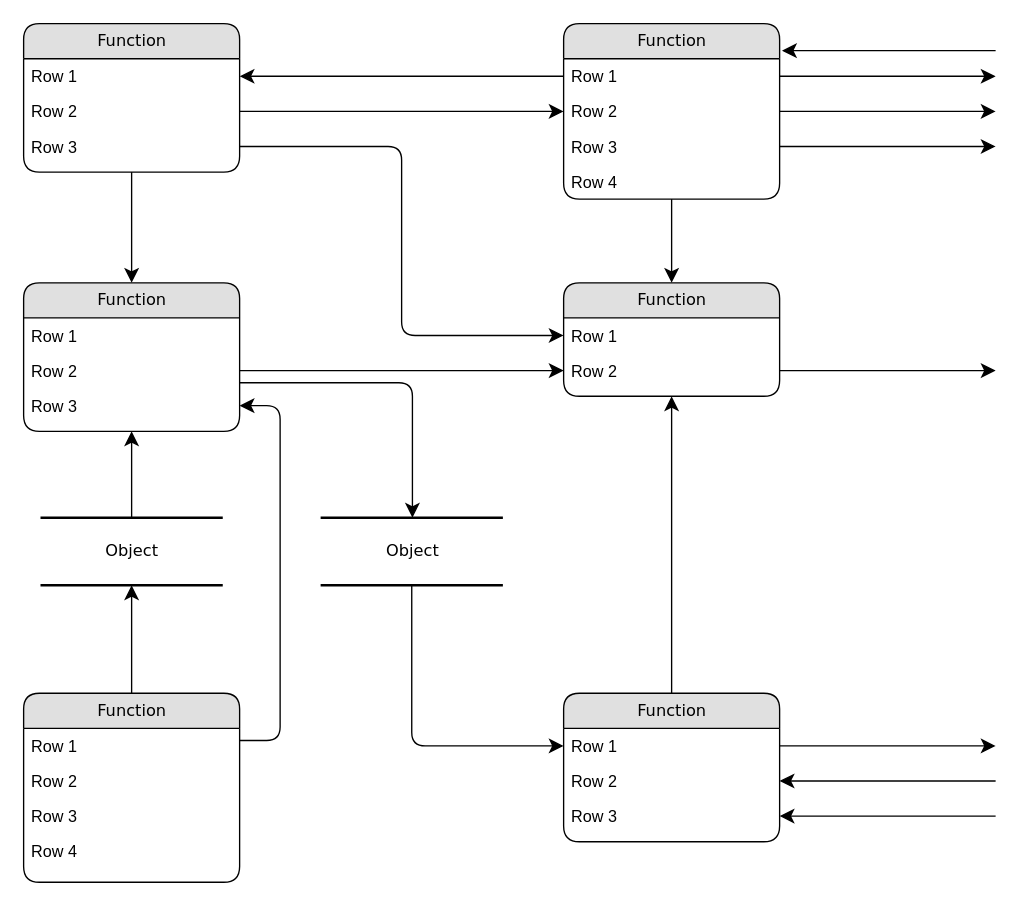
dcar2121/codewind-openapi-eclipse keeps this draw.io diagram as dev/Untitled Diagram.drawio. Above is the earlier version. Source tidied: cells renumbered, new cells numbered last; positions are measured from the earlier drawing's top-left corner, leaving out a move shared by most shapes. Both pictures are drawn from the tidied source at 135%, with x=0, y=0 at pixel (23, 23).
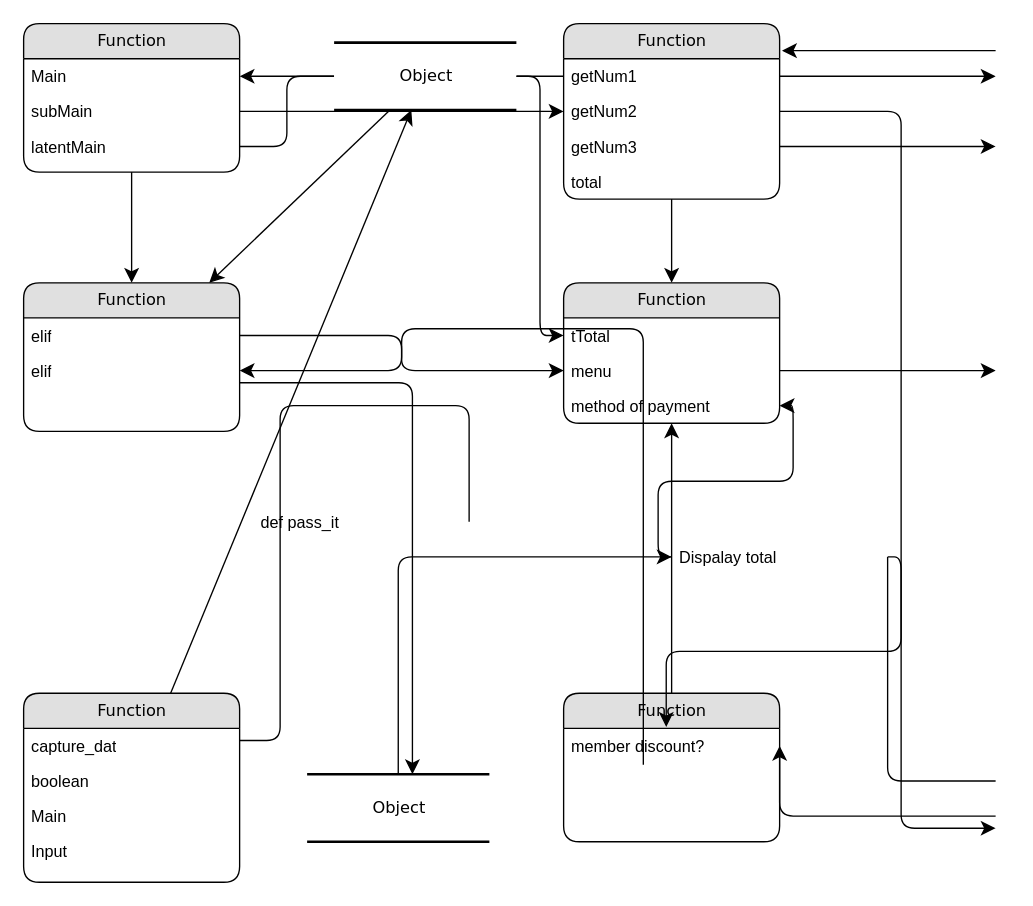
Above is the later version.

The change refers to these unchanged cells:
```xml
<mxCell id="3" value="Function" style="swimlane;html=1;fontStyle=0;horizontal=1;startSize=26;fillColor=#e0e0e0;swimlaneFillColor=#ffffff;align=center;rounded=1;shadow=0;comic=0;labelBackgroundColor=none;strokeWidth=1;fontFamily=Verdana;fontSize=12;" parent="1" vertex="1">
  <mxGeometry width="160" height="110" as="geometry" />
</mxCell>
<mxCell id="7" value="Function" style="swimlane;html=1;fontStyle=0;horizontal=1;startSize=26;fillColor=#e0e0e0;swimlaneFillColor=#ffffff;align=center;rounded=1;shadow=0;comic=0;labelBackgroundColor=none;strokeWidth=1;fontFamily=Verdana;fontSize=12;" parent="1" vertex="1">
  <mxGeometry x="400" width="160" height="130" as="geometry" />
</mxCell>
<mxCell id="12" value="Function" style="swimlane;html=1;fontStyle=0;horizontal=1;startSize=26;fillColor=#e0e0e0;swimlaneFillColor=#ffffff;align=center;rounded=1;shadow=0;comic=0;labelBackgroundColor=none;strokeWidth=1;fontFamily=Verdana;fontSize=12;" parent="1" vertex="1">
  <mxGeometry y="192" width="160" height="110" as="geometry" />
</mxCell>
<mxCell id="16" value="Function" style="swimlane;html=1;fontStyle=0;horizontal=1;startSize=26;fillColor=#e0e0e0;swimlaneFillColor=#ffffff;align=center;rounded=1;shadow=0;comic=0;labelBackgroundColor=none;strokeWidth=1;fontFamily=Verdana;fontSize=12;" parent="1" vertex="1">
  <mxGeometry y="496" width="160" height="140" as="geometry" />
</mxCell>
<mxCell id="24" value="Function" style="swimlane;html=1;fontStyle=0;horizontal=1;startSize=26;fillColor=#e0e0e0;swimlaneFillColor=#ffffff;align=center;rounded=1;shadow=0;comic=0;labelBackgroundColor=none;strokeWidth=1;fontFamily=Verdana;fontSize=12;" parent="1" vertex="1">
  <mxGeometry x="400" y="496" width="160" height="110" as="geometry" />
</mxCell>
```

The edit, as a diff of the source:
```diff
@@
-    <mxCell id="2" value="Object" style="html=1;rounded=0;shadow=0;comic=0;labelBackgroundColor=none;strokeWidth=2;fontFamily=Verdana;fontSize=12;align=center;shape=mxgraph.ios7ui.horLines;" parent="1" vertex="1">
-      <mxGeometry x="12.5" y="366" width="135" height="50" as="geometry" />
-    </mxCell>
@@
-    <mxCell id="4" value="Row 1" style="text;html=1;strokeColor=none;fillColor=none;spacingLeft=4;spacingRight=4;whiteSpace=wrap;overflow=hidden;points=[[0,0.5],[1,0.5]];portConstraint=eastwest;" parent="3" vertex="1">
+    <mxCell id="4" value="Main" style="text;html=1;strokeColor=none;fillColor=none;spacingLeft=4;spacingRight=4;whiteSpace=wrap;overflow=hidden;points=[[0,0.5],[1,0.5]];portConstraint=eastwest;" parent="3" vertex="1">
       <mxGeometry y="26" width="160" height="26" as="geometry" />
     </mxCell>
-    <mxCell id="5" value="Row 2" style="text;html=1;strokeColor=none;fillColor=none;spacingLeft=4;spacingRight=4;whiteSpace=wrap;overflow=hidden;points=[[0,0.5],[1,0.5]];portConstraint=eastwest;" parent="3" vertex="1">
+    <mxCell id="5" value="subMain" style="text;html=1;strokeColor=none;fillColor=none;spacingLeft=4;spacingRight=4;whiteSpace=wrap;overflow=hidden;points=[[0,0.5],[1,0.5]];portConstraint=eastwest;" parent="3" vertex="1">
       <mxGeometry y="52" width="160" height="26" as="geometry" />
     </mxCell>
-    <mxCell id="6" value="Row 3" style="text;html=1;strokeColor=none;fillColor=none;spacingLeft=4;spacingRight=4;whiteSpace=wrap;overflow=hidden;points=[[0,0.5],[1,0.5]];portConstraint=eastwest;" parent="3" vertex="1">
+    <mxCell id="6" value="latentMain" style="text;html=1;strokeColor=none;fillColor=none;spacingLeft=4;spacingRight=4;whiteSpace=wrap;overflow=hidden;points=[[0,0.5],[1,0.5]];portConstraint=eastwest;" parent="3" vertex="1">
       <mxGeometry y="78" width="160" height="26" as="geometry" />
     </mxCell>
@@
-    <mxCell id="8" value="Row 1" style="text;html=1;strokeColor=none;fillColor=none;spacingLeft=4;spacingRight=4;whiteSpace=wrap;overflow=hidden;points=[[0,0.5],[1,0.5]];portConstraint=eastwest;" parent="7" vertex="1">
+    <mxCell id="8" value="getNum1" style="text;html=1;strokeColor=none;fillColor=none;spacingLeft=4;spacingRight=4;whiteSpace=wrap;overflow=hidden;points=[[0,0.5],[1,0.5]];portConstraint=eastwest;" parent="7" vertex="1">
       <mxGeometry y="26" width="160" height="26" as="geometry" />
     </mxCell>
-    <mxCell id="9" value="Row 2" style="text;html=1;strokeColor=none;fillColor=none;spacingLeft=4;spacingRight=4;whiteSpace=wrap;overflow=hidden;points=[[0,0.5],[1,0.5]];portConstraint=eastwest;" parent="7" vertex="1">
+    <mxCell id="9" value="getNum2" style="text;html=1;strokeColor=none;fillColor=none;spacingLeft=4;spacingRight=4;whiteSpace=wrap;overflow=hidden;points=[[0,0.5],[1,0.5]];portConstraint=eastwest;" parent="7" vertex="1">
       <mxGeometry y="52" width="160" height="26" as="geometry" />
     </mxCell>
-    <mxCell id="10" value="Row 3" style="text;html=1;strokeColor=none;fillColor=none;spacingLeft=4;spacingRight=4;whiteSpace=wrap;overflow=hidden;points=[[0,0.5],[1,0.5]];portConstraint=eastwest;" parent="7" vertex="1">
+    <mxCell id="10" value="getNum3" style="text;html=1;strokeColor=none;fillColor=none;spacingLeft=4;spacingRight=4;whiteSpace=wrap;overflow=hidden;points=[[0,0.5],[1,0.5]];portConstraint=eastwest;" parent="7" vertex="1">
       <mxGeometry y="78" width="160" height="26" as="geometry" />
     </mxCell>
-    <mxCell id="11" value="Row 4" style="text;html=1;strokeColor=none;fillColor=none;spacingLeft=4;spacingRight=4;whiteSpace=wrap;overflow=hidden;" parent="7" vertex="1">
+    <mxCell id="11" value="total" style="text;html=1;strokeColor=none;fillColor=none;spacingLeft=4;spacingRight=4;whiteSpace=wrap;overflow=hidden;" parent="7" vertex="1">
       <mxGeometry y="104" width="160" height="26" as="geometry" />
     </mxCell>
@@
-    <mxCell id="13" value="Row 1" style="text;html=1;strokeColor=none;fillColor=none;spacingLeft=4;spacingRight=4;whiteSpace=wrap;overflow=hidden;points=[[0,0.5],[1,0.5]];portConstraint=eastwest;" parent="12" vertex="1">
-      <mxGeometry y="26" width="160" height="26" as="geometry" />
-    </mxCell>
-    <mxCell id="14" value="Row 2" style="text;html=1;strokeColor=none;fillColor=none;spacingLeft=4;spacingRight=4;whiteSpace=wrap;overflow=hidden;points=[[0,0.5],[1,0.5]];portConstraint=eastwest;" parent="12" vertex="1">
-      <mxGeometry y="52" width="160" height="26" as="geometry" />
+    <mxCell id="14" value="elif" style="text;html=1;strokeColor=none;fillColor=none;spacingLeft=4;spacingRight=4;whiteSpace=wrap;overflow=hidden;points=[[0,0.5],[1,0.5]];portConstraint=eastwest;" parent="12" vertex="1">
+      <mxGeometry y="26" width="160" height="26" as="geometry" />
     </mxCell>
-    <mxCell id="15" value="Row 3" style="text;html=1;strokeColor=none;fillColor=none;spacingLeft=4;spacingRight=4;whiteSpace=wrap;overflow=hidden;points=[[0,0.5],[1,0.5]];portConstraint=eastwest;" parent="12" vertex="1">
-      <mxGeometry y="78" width="160" height="26" as="geometry" />
+    <mxCell id="15" value="elif" style="text;html=1;strokeColor=none;fillColor=none;spacingLeft=4;spacingRight=4;whiteSpace=wrap;overflow=hidden;points=[[0,0.5],[1,0.5]];portConstraint=eastwest;" parent="12" vertex="1">
+      <mxGeometry y="52" width="160" height="26" as="geometry" />
     </mxCell>
@@
-    <mxCell id="17" value="Row 1" style="text;html=1;strokeColor=none;fillColor=none;spacingLeft=4;spacingRight=4;whiteSpace=wrap;overflow=hidden;" parent="16" vertex="1">
+    <mxCell id="17" value="capture_dat" style="text;html=1;strokeColor=none;fillColor=none;spacingLeft=4;spacingRight=4;whiteSpace=wrap;overflow=hidden;" parent="16" vertex="1">
       <mxGeometry y="26" width="160" height="26" as="geometry" />
     </mxCell>
-    <mxCell id="18" value="Row 2" style="text;html=1;strokeColor=none;fillColor=none;spacingLeft=4;spacingRight=4;whiteSpace=wrap;overflow=hidden;" parent="16" vertex="1">
+    <mxCell id="18" value="boolean" style="text;html=1;strokeColor=none;fillColor=none;spacingLeft=4;spacingRight=4;whiteSpace=wrap;overflow=hidden;" parent="16" vertex="1">
       <mxGeometry y="52" width="160" height="26" as="geometry" />
     </mxCell>
-    <mxCell id="19" value="Row 3" style="text;html=1;strokeColor=none;fillColor=none;spacingLeft=4;spacingRight=4;whiteSpace=wrap;overflow=hidden;" parent="16" vertex="1">
+    <mxCell id="19" value="Main" style="text;html=1;strokeColor=none;fillColor=none;spacingLeft=4;spacingRight=4;whiteSpace=wrap;overflow=hidden;" parent="16" vertex="1">
       <mxGeometry y="78" width="160" height="26" as="geometry" />
     </mxCell>
-    <mxCell id="20" value="Row 4" style="text;html=1;strokeColor=none;fillColor=none;spacingLeft=4;spacingRight=4;whiteSpace=wrap;overflow=hidden;" parent="16" vertex="1">
+    <mxCell id="20" value="Input" style="text;html=1;strokeColor=none;fillColor=none;spacingLeft=4;spacingRight=4;whiteSpace=wrap;overflow=hidden;" parent="16" vertex="1">
       <mxGeometry y="104" width="160" height="26" as="geometry" />
     </mxCell>
     <mxCell id="21" value="Function" style="swimlane;html=1;fontStyle=0;horizontal=1;startSize=26;fillColor=#e0e0e0;swimlaneFillColor=#ffffff;align=center;rounded=1;shadow=0;comic=0;labelBackgroundColor=none;strokeWidth=1;fontFamily=Verdana;fontSize=12;" parent="1" vertex="1">
-      <mxGeometry x="400" y="192" width="160" height="84" as="geometry" />
+      <mxGeometry x="400" y="192" width="160" height="104" as="geometry" />
     </mxCell>
-    <mxCell id="22" value="Row 1" style="text;html=1;strokeColor=none;fillColor=none;spacingLeft=4;spacingRight=4;whiteSpace=wrap;overflow=hidden;points=[[0,0.5],[1,0.5]];portConstraint=eastwest;" parent="21" vertex="1">
+    <mxCell id="22" value="tTotal" style="text;html=1;strokeColor=none;fillColor=none;spacingLeft=4;spacingRight=4;whiteSpace=wrap;overflow=hidden;points=[[0,0.5],[1,0.5]];portConstraint=eastwest;" parent="21" vertex="1">
       <mxGeometry y="26" width="160" height="26" as="geometry" />
     </mxCell>
-    <mxCell id="23" value="Row 2" style="text;html=1;strokeColor=none;fillColor=none;spacingLeft=4;spacingRight=4;whiteSpace=wrap;overflow=hidden;points=[[0,0.5],[1,0.5]];portConstraint=eastwest;" parent="21" vertex="1">
+    <mxCell id="23" value="menu" style="text;html=1;strokeColor=none;fillColor=none;spacingLeft=4;spacingRight=4;whiteSpace=wrap;overflow=hidden;points=[[0,0.5],[1,0.5]];portConstraint=eastwest;" parent="21" vertex="1">
       <mxGeometry y="52" width="160" height="26" as="geometry" />
     </mxCell>
+    <mxCell id="26" value="method of payment" style="text;html=1;strokeColor=none;fillColor=none;spacingLeft=4;spacingRight=4;whiteSpace=wrap;overflow=hidden;points=[[0,0.5],[1,0.5]];portConstraint=eastwest;" parent="21" vertex="1">
+      <mxGeometry y="78" width="160" height="26" as="geometry" />
+    </mxCell>
@@
-    <mxCell id="25" value="Row 1" style="text;html=1;strokeColor=none;fillColor=none;spacingLeft=4;spacingRight=4;whiteSpace=wrap;overflow=hidden;points=[[0,0.5],[1,0.5]];portConstraint=eastwest;" parent="24" vertex="1">
-      <mxGeometry y="26" width="160" height="26" as="geometry" />
-    </mxCell>
-    <mxCell id="26" value="Row 2" style="text;html=1;strokeColor=none;fillColor=none;spacingLeft=4;spacingRight=4;whiteSpace=wrap;overflow=hidden;points=[[0,0.5],[1,0.5]];portConstraint=eastwest;" parent="24" vertex="1">
-      <mxGeometry y="52" width="160" height="26" as="geometry" />
-    </mxCell>
-    <mxCell id="27" value="Row 3" style="text;html=1;strokeColor=none;fillColor=none;spacingLeft=4;spacingRight=4;whiteSpace=wrap;overflow=hidden;points=[[0,0.5],[1,0.5]];portConstraint=eastwest;" parent="24" vertex="1">
-      <mxGeometry y="78" width="160" height="26" as="geometry" />
+    <mxCell id="27" value="member discount?" style="text;html=1;strokeColor=none;fillColor=none;spacingLeft=4;spacingRight=4;whiteSpace=wrap;overflow=hidden;points=[[0,0.5],[1,0.5]];portConstraint=eastwest;" parent="24" vertex="1">
+      <mxGeometry y="26" width="160" height="26" as="geometry" />
     </mxCell>
     <mxCell id="28" value="Object" style="html=1;rounded=0;shadow=0;comic=0;labelBackgroundColor=none;strokeWidth=2;fontFamily=Verdana;fontSize=12;align=center;shape=mxgraph.ios7ui.horLines;" parent="1" vertex="1">
-      <mxGeometry x="220" y="366" width="135" height="50" as="geometry" />
+      <mxGeometry x="210" y="556" width="135" height="50" as="geometry" />
     </mxCell>
@@
-    <mxCell id="31" style="edgeStyle=orthogonalEdgeStyle;html=1;labelBackgroundColor=none;startFill=0;startSize=8;endFill=1;endSize=8;fontFamily=Verdana;fontSize=12;exitX=1;exitY=0.25;entryX=1;entryY=0.5;" parent="1" edge="1" source="16" target="15">
+    <mxCell id="31" style="edgeStyle=orthogonalEdgeStyle;html=1;labelBackgroundColor=none;startFill=0;startSize=8;endFill=1;endSize=8;fontFamily=Verdana;fontSize=12;entryX=1;entryY=0.5;startArrow=none;exitX=0.369;exitY=1.038;exitDx=0;exitDy=0;exitPerimeter=0;" parent="1" edge="1" source="27" target="15">
       <mxGeometry relative="1" as="geometry">
         <Array as="points">
-          <mxPoint x="190" y="531" />
-          <mxPoint x="190" y="283" />
+          <mxPoint x="459" y="226" />
+          <mxPoint x="280" y="226" />
+          <mxPoint x="280" y="257" />
         </Array>
       </mxGeometry>
     </mxCell>
@@
-    <mxCell id="38" style="edgeStyle=orthogonalEdgeStyle;html=1;exitX=0;exitY=0.5;entryX=1;entryY=0.5;labelBackgroundColor=none;startFill=0;startSize=8;endFill=1;endSize=8;fontFamily=Verdana;fontSize=12;" parent="1" edge="1" source="8" target="4">
+    <mxCell id="38" style="edgeStyle=orthogonalEdgeStyle;html=1;exitX=0;exitY=0.5;entryX=1;entryY=0.5;labelBackgroundColor=none;startFill=0;startSize=8;endFill=1;endSize=8;fontFamily=Verdana;fontSize=12;startArrow=none;" parent="1" edge="1" source="2" target="4">
       <mxGeometry relative="1" as="geometry" />
     </mxCell>
-    <mxCell id="39" style="edgeStyle=orthogonalEdgeStyle;html=1;exitX=1;exitY=0.5;entryX=0;entryY=0.5;labelBackgroundColor=none;startFill=0;startSize=8;endFill=1;endSize=8;fontFamily=Verdana;fontSize=12;" parent="1" edge="1" source="6" target="22">
+    <mxCell id="39" style="edgeStyle=orthogonalEdgeStyle;html=1;exitX=1;exitY=0.5;entryX=0;entryY=0.5;labelBackgroundColor=none;startFill=0;startSize=8;endFill=1;endSize=8;fontFamily=Verdana;fontSize=12;startArrow=none;" parent="1" edge="1" source="2" target="22">
       <mxGeometry relative="1" as="geometry" />
     </mxCell>
@@
-    <mxCell id="42" style="edgeStyle=orthogonalEdgeStyle;html=1;exitX=1;exitY=0.5;labelBackgroundColor=none;startFill=0;startSize=8;endFill=1;endSize=8;fontFamily=Verdana;fontSize=12;" parent="1" edge="1" source="25">
-      <mxGeometry relative="1" as="geometry">
-        <mxPoint x="720" y="535" as="targetPoint" />
-      </mxGeometry>
+    <mxCell id="42" style="edgeStyle=orthogonalEdgeStyle;html=1;exitX=1;exitY=0.5;labelBackgroundColor=none;startFill=0;startSize=8;endFill=1;endSize=8;fontFamily=Verdana;fontSize=12;entryX=0.475;entryY=-0.038;entryDx=0;entryDy=0;entryPerimeter=0;" parent="1" edge="1" source="25" target="27">
+      <mxGeometry relative="1" as="geometry" />
     </mxCell>
-    <mxCell id="43" style="edgeStyle=orthogonalEdgeStyle;html=1;labelBackgroundColor=none;startFill=0;startSize=8;endFill=1;endSize=8;fontFamily=Verdana;fontSize=12;entryX=1;entryY=0.5;" parent="1" edge="1" target="26">
-      <mxGeometry relative="1" as="geometry">
-        <mxPoint x="720" y="561" as="sourcePoint" />
-        <Array as="points">
-          <mxPoint x="720" y="561" />
-        </Array>
-      </mxGeometry>
+    <mxCell id="43" style="edgeStyle=orthogonalEdgeStyle;html=1;labelBackgroundColor=none;startFill=0;startSize=8;endFill=1;endSize=8;fontFamily=Verdana;fontSize=12;entryX=1;entryY=0.5;startArrow=none;" parent="1" edge="1" source="25" target="26">
+      <mxGeometry relative="1" as="geometry" />
     </mxCell>
@@
     <mxCell id="46" style="edgeStyle=orthogonalEdgeStyle;html=1;exitX=1;exitY=0.5;labelBackgroundColor=none;startFill=0;startSize=8;endFill=1;endSize=8;fontFamily=Verdana;fontSize=12;" parent="1" edge="1" source="9">
       <mxGeometry relative="1" as="geometry">
-        <mxPoint x="720" y="65" as="targetPoint" />
+        <mxPoint x="720" y="596" as="targetPoint" />
+        <Array as="points">
+          <mxPoint x="650" y="65" />
+          <mxPoint x="650" y="596" />
+        </Array>
       </mxGeometry>
     </mxCell>
@@
+    <mxCell id="49" style="edgeStyle=orthogonalEdgeStyle;html=1;exitX=1;exitY=0.5;entryX=0;entryY=0.5;labelBackgroundColor=none;startFill=0;startSize=8;endFill=1;endSize=8;fontFamily=Verdana;fontSize=12;endArrow=none;" parent="1" edge="1" source="6" target="2">
+      <mxGeometry relative="1" as="geometry" />
+    </mxCell>
+    <mxCell id="13" value="def pass_it" style="text;html=1;strokeColor=none;fillColor=none;spacingLeft=4;spacingRight=4;whiteSpace=wrap;overflow=hidden;points=[[0,0.5],[1,0.5]];portConstraint=eastwest;" parent="1" vertex="1">
+      <mxGeometry x="170" y="356" width="160" height="26" as="geometry" />
+    </mxCell>
+    <mxCell id="50" style="edgeStyle=orthogonalEdgeStyle;html=1;labelBackgroundColor=none;startFill=0;startSize=8;endFill=1;endSize=8;fontFamily=Verdana;fontSize=12;exitX=1;exitY=0.25;entryX=1;entryY=0.5;endArrow=none;" parent="1" edge="1" source="16" target="13">
+      <mxGeometry relative="1" as="geometry">
+        <Array as="points">
+          <mxPoint x="190" y="531" />
+          <mxPoint x="190" y="283" />
+        </Array>
+      </mxGeometry>
+    </mxCell>
+    <mxCell id="2" value="Object" style="html=1;rounded=0;shadow=0;comic=0;labelBackgroundColor=none;strokeWidth=2;fontFamily=Verdana;fontSize=12;align=center;shape=mxgraph.ios7ui.horLines;" parent="1" vertex="1">
+      <mxGeometry x="230" y="14" width="135" height="50" as="geometry" />
+    </mxCell>
+    <mxCell id="51" style="edgeStyle=orthogonalEdgeStyle;html=1;exitX=0;exitY=0.5;entryX=1;entryY=0.5;labelBackgroundColor=none;startFill=0;startSize=8;endFill=1;endSize=8;fontFamily=Verdana;fontSize=12;endArrow=none;" parent="1" edge="1" source="8" target="2">
+      <mxGeometry relative="1" as="geometry" />
+    </mxCell>
+    <mxCell id="25" value="Dispalay total" style="text;html=1;strokeColor=none;fillColor=none;spacingLeft=4;spacingRight=4;whiteSpace=wrap;overflow=hidden;points=[[0,0.5],[1,0.5]];portConstraint=eastwest;" parent="1" vertex="1">
+      <mxGeometry x="480" y="382" width="160" height="26" as="geometry" />
+    </mxCell>
+    <mxCell id="52" style="edgeStyle=orthogonalEdgeStyle;html=1;labelBackgroundColor=none;startFill=0;startSize=8;endFill=1;endSize=8;fontFamily=Verdana;fontSize=12;entryX=1;entryY=0.5;endArrow=none;" parent="1" edge="1" target="25">
+      <mxGeometry relative="1" as="geometry">
+        <mxPoint x="720" y="561" as="sourcePoint" />
+        <Array as="points">
+          <mxPoint x="720" y="561" />
+        </Array>
+      </mxGeometry>
+    </mxCell>
```
